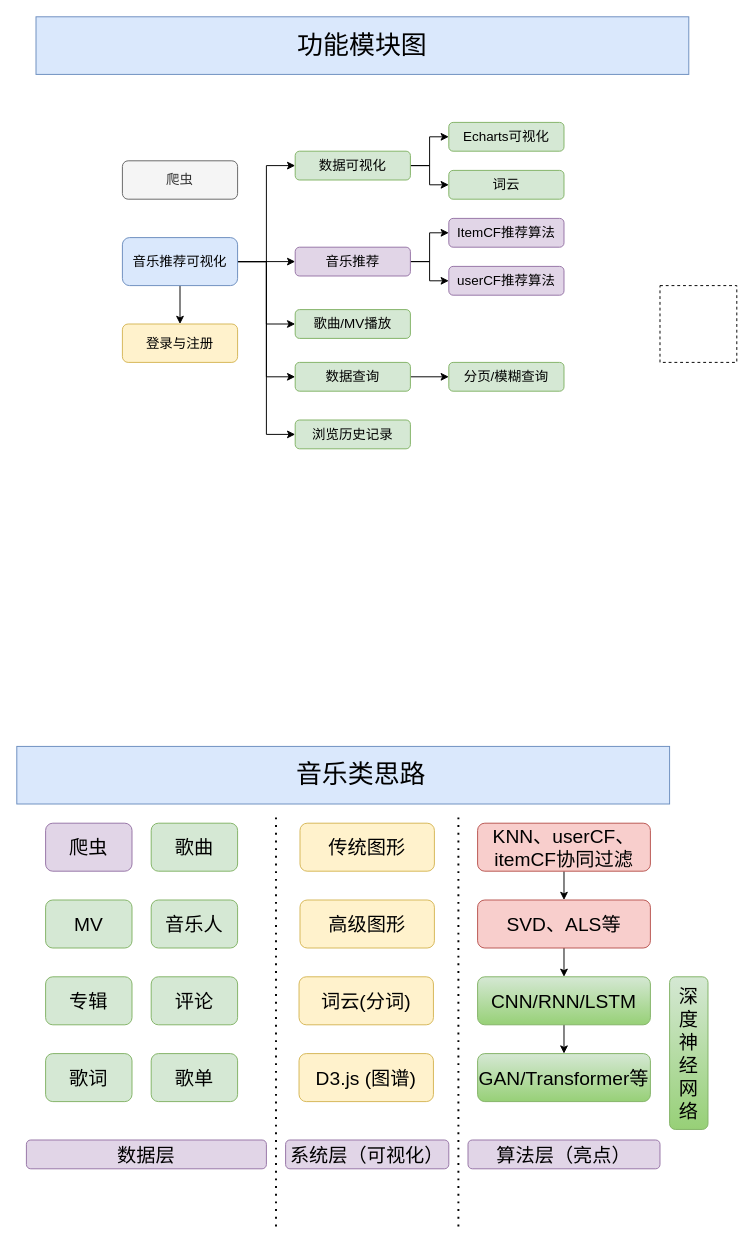
The draw.io diagram FLASK/27Music.drawio in redcomet88/DRAW, before the edit. Source tidied: cells renumbered, new cells numbered last; positions are measured from the earlier drawing's top-left corner, leaving out a move shared by most shapes. Both pictures are drawn from the tidied source at 96%, with x=0, y=0 at pixel (16, 16).
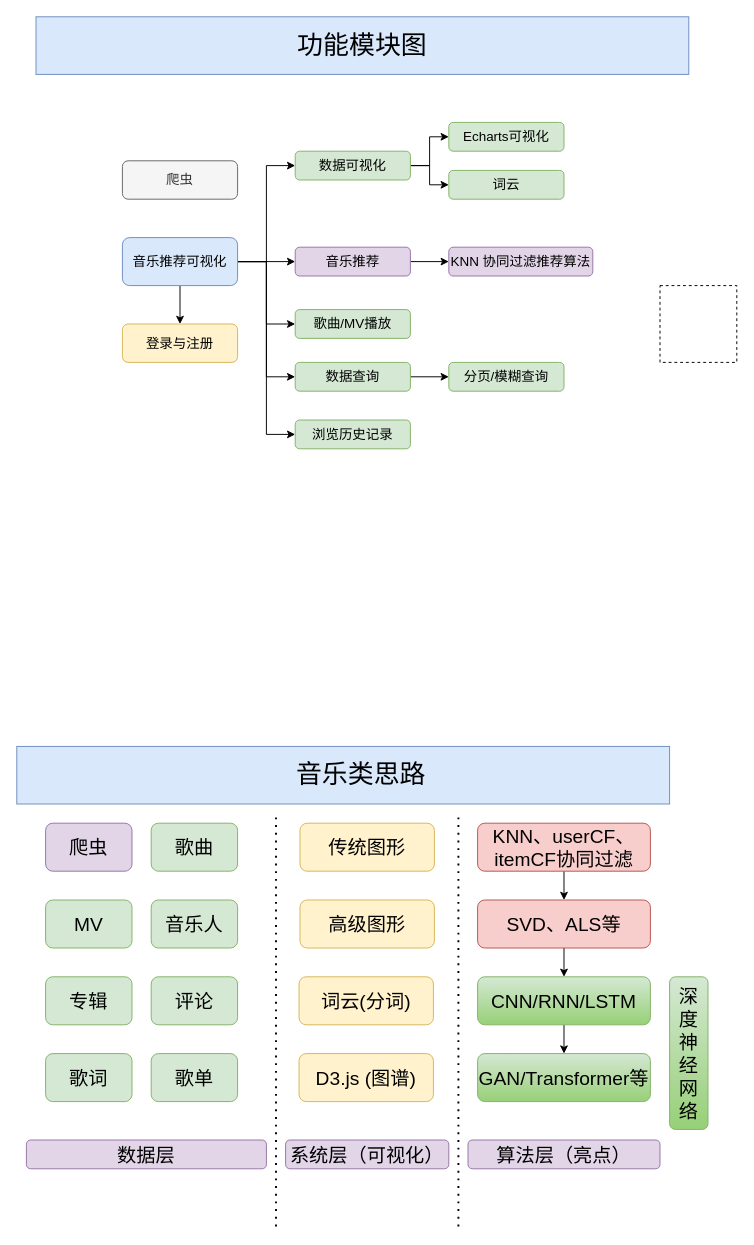
The same page after the edit.

Unchanged cells that the change refers to:
```xml
<mxCell id="24" value="音乐推荐" style="rounded=1;whiteSpace=wrap;html=1;fontSize=14;fillColor=#e1d5e7;strokeColor=#9673a6;" parent="1" vertex="1">
  <mxGeometry x="290" y="240" width="120" height="30" as="geometry" />
</mxCell>
```

What changed in the source:
```diff
@@
-    <mxCell id="23" style="edgeStyle=orthogonalEdgeStyle;rounded=0;jettySize=auto;html=1;exitX=1;exitY=0.5;exitDx=0;exitDy=0;entryX=0;entryY=0.5;entryDx=0;entryDy=0;" parent="1" edge="1" source="24" target="52">
-      <mxGeometry relative="1" as="geometry" />
-    </mxCell>
@@
-    <mxCell id="32" value="ItemCF推荐算法" style="rounded=1;whiteSpace=wrap;html=1;fontSize=14;fillColor=#e1d5e7;strokeColor=#9673a6;" parent="1" vertex="1">
-      <mxGeometry x="450" y="210" width="120" height="30" as="geometry" />
+    <mxCell id="32" value="KNN 协同过滤推荐算法" style="rounded=1;whiteSpace=wrap;html=1;fontSize=14;fillColor=#e1d5e7;strokeColor=#9673a6;" parent="1" vertex="1">
+      <mxGeometry x="450" y="240" width="150" height="30" as="geometry" />
     </mxCell>
@@
-    <mxCell id="52" value="userCF推荐算法" style="rounded=1;whiteSpace=wrap;html=1;fontSize=14;fillColor=#e1d5e7;strokeColor=#9673a6;" parent="1" vertex="1">
-      <mxGeometry x="450" y="260" width="120" height="30" as="geometry" />
-    </mxCell>
```
